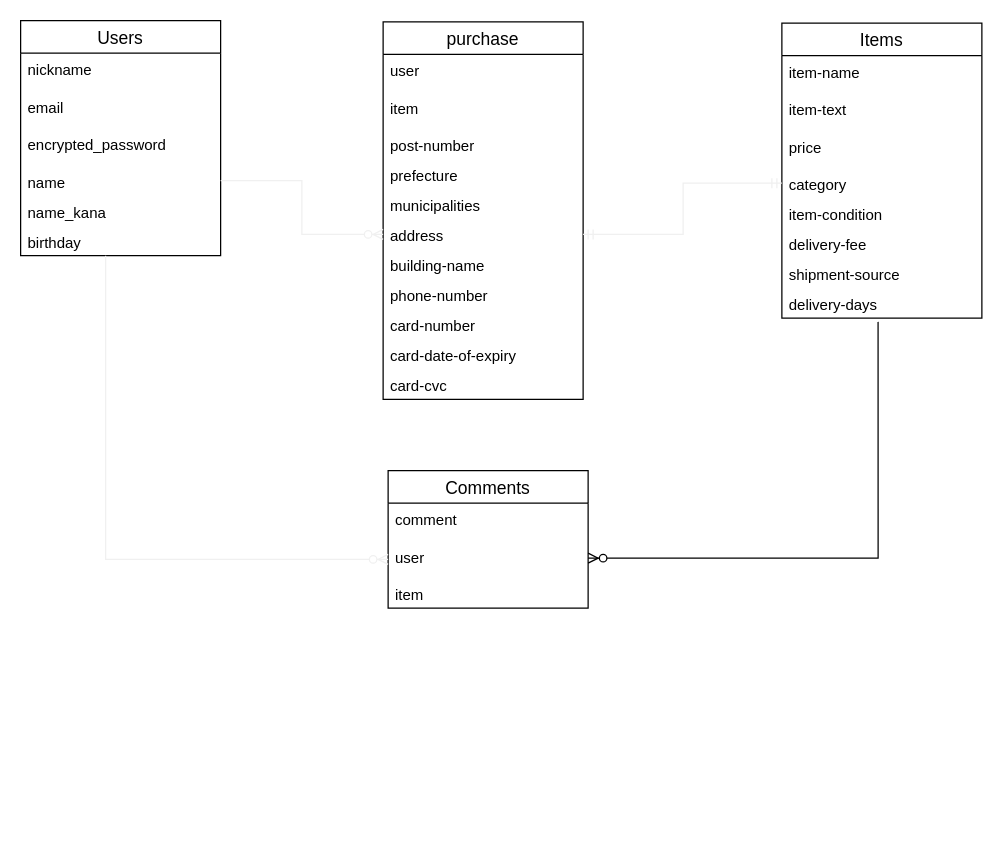
The draw.io diagram ER.dio in busimaru/furima-35906, before the edit. Source tidied: cells renumbered, new cells numbered last; positions are measured from the earlier drawing's top-left corner, leaving out a move shared by most shapes. Both pictures are drawn from the tidied source at 125%, with x=0, y=0 at pixel (20, 20).
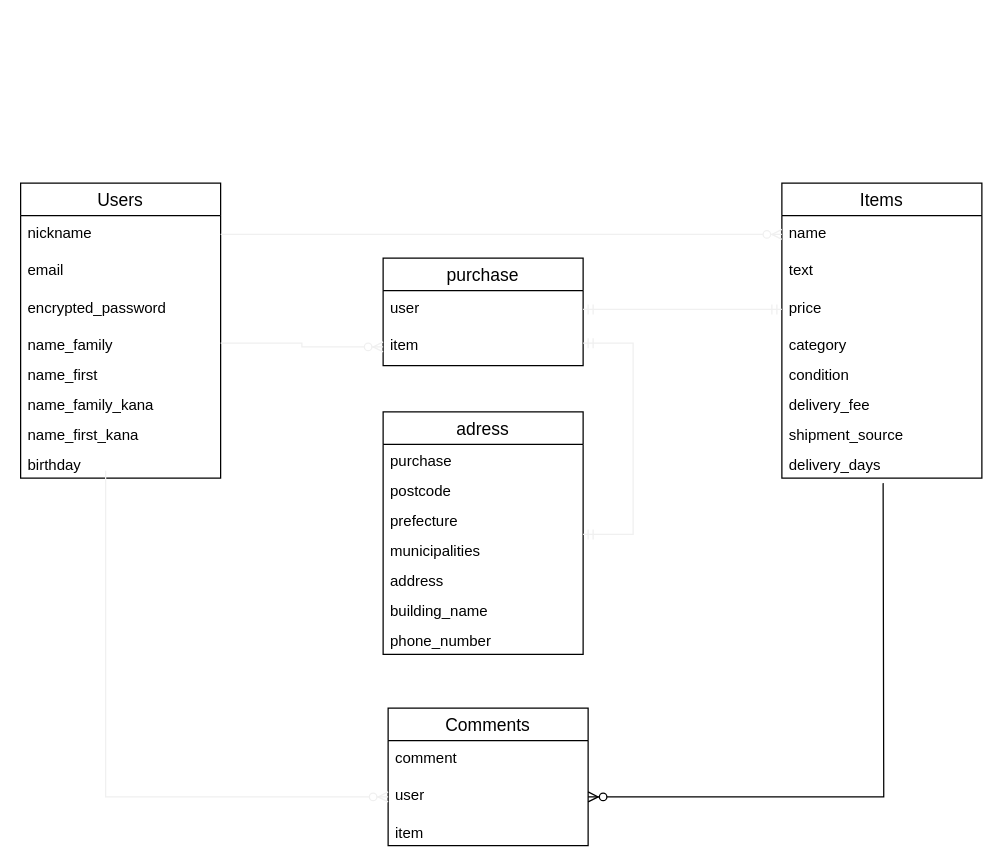
Above is the later version.

Commit message (it also covers changes not shown here):
レビュー指摘の修正

Unchanged cells that the change refers to:
```xml
<mxCell id="3" value="nickname" style="text;strokeColor=none;fillColor=none;spacingLeft=4;spacingRight=4;overflow=hidden;points=[[0,0.5],[1,0.5]];portConstraint=eastwest;fontSize=12;" parent="2" vertex="1">
  <mxGeometry y="26" width="160" height="30" as="geometry" />
</mxCell>
<mxCell id="12" value="price " style="text;strokeColor=none;fillColor=none;spacingLeft=4;spacingRight=4;overflow=hidden;points=[[0,0.5],[1,0.5]];portConstraint=eastwest;fontSize=12;" parent="9" vertex="1">
  <mxGeometry y="86" width="160" height="30" as="geometry" />
</mxCell>
<mxCell id="13" value="category" style="text;strokeColor=none;fillColor=none;spacingLeft=4;spacingRight=4;overflow=hidden;points=[[0,0.5],[1,0.5]];portConstraint=eastwest;fontSize=12;" parent="9" vertex="1">
  <mxGeometry y="116" width="160" height="24" as="geometry" />
</mxCell>
<mxCell id="20" value="user" style="text;strokeColor=none;fillColor=none;spacingLeft=4;spacingRight=4;overflow=hidden;points=[[0,0.5],[1,0.5]];portConstraint=eastwest;fontSize=12;" parent="18" vertex="1">
  <mxGeometry y="56" width="160" height="30" as="geometry" />
</mxCell>
<mxCell id="24" value="user" style="text;strokeColor=none;fillColor=none;spacingLeft=4;spacingRight=4;overflow=hidden;points=[[0,0.5],[1,0.5]];portConstraint=eastwest;fontSize=12;" parent="23" vertex="1">
  <mxGeometry y="26" width="160" height="30" as="geometry" />
</mxCell>
<mxCell id="25" value="item" style="text;strokeColor=none;fillColor=none;spacingLeft=4;spacingRight=4;overflow=hidden;points=[[0,0.5],[1,0.5]];portConstraint=eastwest;fontSize=12;" parent="23" vertex="1">
  <mxGeometry y="56" width="160" height="30" as="geometry" />
</mxCell>
```

The edit, as a diff of the source:
```diff
@@
     <mxCell id="2" value="Users" style="swimlane;fontStyle=0;horizontal=1;startSize=26;align=center;fontSize=14;" parent="1" vertex="1">
-      <mxGeometry width="160" height="188" as="geometry" />
+      <mxGeometry y="130" width="160" height="236" as="geometry" />
     </mxCell>
@@
-    <mxCell id="6" value="name" style="text;strokeColor=none;fillColor=none;spacingLeft=4;spacingRight=4;overflow=hidden;points=[[0,0.5],[1,0.5]];portConstraint=eastwest;fontSize=12;" parent="2" vertex="1">
+    <mxCell id="6" value="name_family" style="text;strokeColor=none;fillColor=none;spacingLeft=4;spacingRight=4;overflow=hidden;points=[[0,0.5],[1,0.5]];portConstraint=eastwest;fontSize=12;" parent="2" vertex="1">
       <mxGeometry y="116" width="160" height="24" as="geometry" />
     </mxCell>
+    <mxCell id="38" value="name_first" style="text;strokeColor=none;fillColor=none;spacingLeft=4;spacingRight=4;overflow=hidden;fontSize=12;" parent="2" vertex="1">
+      <mxGeometry y="140" width="160" height="24" as="geometry" />
+    </mxCell>
-    <mxCell id="7" value="name_kana" style="text;strokeColor=none;fillColor=none;spacingLeft=4;spacingRight=4;overflow=hidden;fontSize=12;" parent="2" vertex="1">
-      <mxGeometry y="140" width="160" height="24" as="geometry" />
+    <mxCell id="7" value="name_family_kana" style="text;strokeColor=none;fillColor=none;spacingLeft=4;spacingRight=4;overflow=hidden;fontSize=12;" parent="2" vertex="1">
+      <mxGeometry y="164" width="160" height="24" as="geometry" />
     </mxCell>
+    <mxCell id="39" value="name_first_kana" style="text;strokeColor=none;fillColor=none;spacingLeft=4;spacingRight=4;overflow=hidden;fontSize=12;" parent="2" vertex="1">
+      <mxGeometry y="188" width="160" height="24" as="geometry" />
+    </mxCell>
     <mxCell id="8" value="birthday" style="text;strokeColor=none;fillColor=none;spacingLeft=4;spacingRight=4;overflow=hidden;points=[[0,0.5],[1,0.5]];portConstraint=eastwest;fontSize=12;" parent="2" vertex="1">
-      <mxGeometry y="164" width="160" height="24" as="geometry" />
+      <mxGeometry y="212" width="160" height="24" as="geometry" />
     </mxCell>
     <mxCell id="9" value="Items" style="swimlane;fontStyle=0;horizontal=1;startSize=26;align=center;fontSize=14;" parent="1" vertex="1">
-      <mxGeometry x="609" y="2" width="160" height="236" as="geometry" />
+      <mxGeometry x="609" y="130" width="160" height="236" as="geometry" />
     </mxCell>
-    <mxCell id="10" value="item-name" style="text;strokeColor=none;fillColor=none;spacingLeft=4;spacingRight=4;overflow=hidden;points=[[0,0.5],[1,0.5]];portConstraint=eastwest;fontSize=12;" parent="9" vertex="1">
+    <mxCell id="10" value="name" style="text;strokeColor=none;fillColor=none;spacingLeft=4;spacingRight=4;overflow=hidden;points=[[0,0.5],[1,0.5]];portConstraint=eastwest;fontSize=12;" parent="9" vertex="1">
       <mxGeometry y="26" width="160" height="30" as="geometry" />
     </mxCell>
-    <mxCell id="11" value="item-text " style="text;strokeColor=none;fillColor=none;spacingLeft=4;spacingRight=4;overflow=hidden;fontSize=12;" parent="9" vertex="1">
+    <mxCell id="11" value="text " style="text;strokeColor=none;fillColor=none;spacingLeft=4;spacingRight=4;overflow=hidden;fontSize=12;" parent="9" vertex="1">
       <mxGeometry y="56" width="160" height="30" as="geometry" />
     </mxCell>
@@
-    <mxCell id="14" value="item-condition" style="text;strokeColor=none;fillColor=none;spacingLeft=4;spacingRight=4;overflow=hidden;fontSize=12;" parent="9" vertex="1">
+    <mxCell id="14" value="condition" style="text;strokeColor=none;fillColor=none;spacingLeft=4;spacingRight=4;overflow=hidden;fontSize=12;" parent="9" vertex="1">
       <mxGeometry y="140" width="160" height="24" as="geometry" />
     </mxCell>
-    <mxCell id="15" value="delivery-fee " style="text;strokeColor=none;fillColor=none;spacingLeft=4;spacingRight=4;overflow=hidden;fontSize=12;" parent="9" vertex="1">
+    <mxCell id="15" value="delivery_fee " style="text;strokeColor=none;fillColor=none;spacingLeft=4;spacingRight=4;overflow=hidden;fontSize=12;" parent="9" vertex="1">
       <mxGeometry y="164" width="160" height="24" as="geometry" />
     </mxCell>
-    <mxCell id="16" value="shipment-source" style="text;strokeColor=none;fillColor=none;spacingLeft=4;spacingRight=4;overflow=hidden;fontSize=12;" parent="9" vertex="1">
+    <mxCell id="16" value="shipment_source" style="text;strokeColor=none;fillColor=none;spacingLeft=4;spacingRight=4;overflow=hidden;fontSize=12;" parent="9" vertex="1">
       <mxGeometry y="188" width="160" height="24" as="geometry" />
     </mxCell>
-    <mxCell id="17" value="delivery-days" style="text;strokeColor=none;fillColor=none;spacingLeft=4;spacingRight=4;overflow=hidden;points=[[0,0.5],[1,0.5]];portConstraint=eastwest;fontSize=12;" parent="9" vertex="1">
+    <mxCell id="17" value="delivery_days" style="text;strokeColor=none;fillColor=none;spacingLeft=4;spacingRight=4;overflow=hidden;points=[[0,0.5],[1,0.5]];portConstraint=eastwest;fontSize=12;" parent="9" vertex="1">
       <mxGeometry y="212" width="160" height="24" as="geometry" />
     </mxCell>
     <mxCell id="18" value="Comments" style="swimlane;fontStyle=0;horizontal=1;startSize=26;align=center;fontSize=14;" parent="1" vertex="1">
-      <mxGeometry x="294" y="360" width="160" height="110" as="geometry" />
+      <mxGeometry x="294" y="550" width="160" height="110" as="geometry" />
     </mxCell>
@@
-    <mxCell id="22" style="fontSize=12;html=1;endArrow=ERzeroToMany;endFill=1;rounded=0;exitX=0.481;exitY=1.125;exitDx=0;exitDy=0;exitPerimeter=0;edgeStyle=orthogonalEdgeStyle;elbow=vertical;" parent="1" edge="1" source="17" target="20">
+    <mxCell id="22" style="fontSize=12;html=1;endArrow=ERzeroToMany;endFill=1;rounded=0;edgeStyle=orthogonalEdgeStyle;" parent="1" edge="1" target="20">
       <mxGeometry relative="1" as="geometry">
-        <Array as="points">
-          <mxPoint x="686" y="430" />
-        </Array>
+        <mxPoint x="690" y="370" as="sourcePoint" />
       </mxGeometry>
     </mxCell>
     <mxCell id="23" value="&#10;purchase&#10;" style="swimlane;fontStyle=0;horizontal=1;startSize=26;align=center;fontSize=14;" parent="1" vertex="1">
-      <mxGeometry x="290" y="1" width="160" height="302" as="geometry" />
+      <mxGeometry x="290" y="190" width="160" height="86" as="geometry" />
     </mxCell>
@@
-    <mxCell id="26" value="post-number" style="text;strokeColor=none;fillColor=none;spacingLeft=4;spacingRight=4;overflow=hidden;fontSize=12;" parent="23" vertex="1">
-      <mxGeometry y="86" width="160" height="24" as="geometry" />
-    </mxCell>
+    <mxCell id="35" style="edgeStyle=elbowEdgeStyle;fontSize=12;html=1;endArrow=ERmandOne;startArrow=ERmandOne;strokeColor=#f0f0f0;rounded=0;" parent="1" edge="1" source="24" target="12">
+      <mxGeometry relative="1" as="geometry" />
+    </mxCell>
+    <mxCell id="36" style="edgeStyle=elbowEdgeStyle;fontSize=12;html=1;endArrow=ERzeroToMany;endFill=1;strokeColor=#f0f0f0;rounded=0;" parent="1" edge="1" source="6" target="25">
+      <mxGeometry relative="1" as="geometry" />
+    </mxCell>
+    <mxCell id="37" style="edgeStyle=elbowEdgeStyle;fontSize=12;html=1;endArrow=ERzeroToMany;endFill=1;strokeColor=#f0f0f0;rounded=0;" parent="1" edge="1" target="20">
+      <mxGeometry relative="1" as="geometry">
+        <mxPoint x="68" y="360" as="sourcePoint" />
+        <Array as="points">
+          <mxPoint x="68" y="320" />
+        </Array>
+      </mxGeometry>
+    </mxCell>
+    <mxCell id="40" value="adress" style="swimlane;fontStyle=0;horizontal=1;startSize=26;align=center;fontSize=14;" parent="1" vertex="1">
+      <mxGeometry x="290" y="313" width="160" height="194" as="geometry" />
+    </mxCell>
+    <mxCell id="41" value="purchase" style="text;strokeColor=none;fillColor=none;spacingLeft=4;spacingRight=4;overflow=hidden;fontSize=12;" parent="40" vertex="1">
+      <mxGeometry y="26" width="160" height="24" as="geometry" />
+    </mxCell>
+    <mxCell id="42" value="postcode" style="text;strokeColor=none;fillColor=none;spacingLeft=4;spacingRight=4;overflow=hidden;fontSize=12;" parent="40" vertex="1">
+      <mxGeometry y="50" width="160" height="24" as="geometry" />
+    </mxCell>
-    <mxCell id="27" value="prefecture" style="text;strokeColor=none;fillColor=none;spacingLeft=4;spacingRight=4;overflow=hidden;points=[[0,0.5],[1,0.5]];portConstraint=eastwest;fontSize=12;" parent="23" vertex="1">
-      <mxGeometry y="110" width="160" height="24" as="geometry" />
+    <mxCell id="27" value="prefecture" style="text;strokeColor=none;fillColor=none;spacingLeft=4;spacingRight=4;overflow=hidden;points=[[0,0.5],[1,0.5]];portConstraint=eastwest;fontSize=12;" parent="40" vertex="1">
+      <mxGeometry y="74" width="160" height="24" as="geometry" />
     </mxCell>
-    <mxCell id="28" value="municipalities" style="text;strokeColor=none;fillColor=none;spacingLeft=4;spacingRight=4;overflow=hidden;fontSize=12;" parent="23" vertex="1">
-      <mxGeometry y="134" width="160" height="24" as="geometry" />
+    <mxCell id="28" value="municipalities" style="text;strokeColor=none;fillColor=none;spacingLeft=4;spacingRight=4;overflow=hidden;fontSize=12;" parent="40" vertex="1">
+      <mxGeometry y="98" width="160" height="24" as="geometry" />
     </mxCell>
-    <mxCell id="29" value="address" style="text;strokeColor=none;fillColor=none;spacingLeft=4;spacingRight=4;overflow=hidden;points=[[0,0.5],[1,0.5]];portConstraint=eastwest;fontSize=12;" parent="23" vertex="1">
-      <mxGeometry y="158" width="160" height="24" as="geometry" />
+    <mxCell id="29" value="address" style="text;strokeColor=none;fillColor=none;spacingLeft=4;spacingRight=4;overflow=hidden;points=[[0,0.5],[1,0.5]];portConstraint=eastwest;fontSize=12;" parent="40" vertex="1">
+      <mxGeometry y="122" width="160" height="24" as="geometry" />
     </mxCell>
-    <mxCell id="30" value="building-name" style="text;strokeColor=none;fillColor=none;spacingLeft=4;spacingRight=4;overflow=hidden;fontSize=12;" parent="23" vertex="1">
-      <mxGeometry y="182" width="160" height="24" as="geometry" />
-    </mxCell>
-    <mxCell id="31" value="phone-number " style="text;strokeColor=none;fillColor=none;spacingLeft=4;spacingRight=4;overflow=hidden;fontSize=12;" parent="23" vertex="1">
-      <mxGeometry y="206" width="160" height="24" as="geometry" />
-    </mxCell>
-    <mxCell id="32" value="card-number" style="text;strokeColor=none;fillColor=none;spacingLeft=4;spacingRight=4;overflow=hidden;fontSize=12;" parent="23" vertex="1">
-      <mxGeometry y="230" width="160" height="24" as="geometry" />
-    </mxCell>
-    <mxCell id="33" value="card-date-of-expiry" style="text;strokeColor=none;fillColor=none;spacingLeft=4;spacingRight=4;overflow=hidden;fontSize=12;" parent="23" vertex="1">
-      <mxGeometry y="254" width="160" height="24" as="geometry" />
-    </mxCell>
-    <mxCell id="34" value="card-cvc" style="text;strokeColor=none;fillColor=none;spacingLeft=4;spacingRight=4;overflow=hidden;fontSize=12;" parent="23" vertex="1">
-      <mxGeometry y="278" width="160" height="24" as="geometry" />
-    </mxCell>
-    <mxCell id="35" style="edgeStyle=elbowEdgeStyle;fontSize=12;html=1;endArrow=ERmandOne;startArrow=ERmandOne;strokeColor=#f0f0f0;rounded=0;entryX=0;entryY=0.5;entryDx=0;entryDy=0;" parent="1" edge="1" source="29" target="13">
-      <mxGeometry relative="1" as="geometry" />
-    </mxCell>
-    <mxCell id="36" style="edgeStyle=elbowEdgeStyle;fontSize=12;html=1;endArrow=ERzeroToMany;endFill=1;strokeColor=#f0f0f0;rounded=0;" parent="1" edge="1" source="6" target="29">
-      <mxGeometry relative="1" as="geometry" />
-    </mxCell>
-    <mxCell id="37" style="edgeStyle=elbowEdgeStyle;fontSize=12;html=1;endArrow=ERzeroToMany;endFill=1;strokeColor=#f0f0f0;rounded=0;" parent="1" edge="1" source="8" target="20">
-      <mxGeometry relative="1" as="geometry">
-        <Array as="points">
-          <mxPoint x="68" y="320" />
-        </Array>
-      </mxGeometry>
-    </mxCell>
+    <mxCell id="43" value="building_name" style="text;strokeColor=none;fillColor=none;spacingLeft=4;spacingRight=4;overflow=hidden;fontSize=12;" parent="40" vertex="1">
+      <mxGeometry y="146" width="160" height="24" as="geometry" />
+    </mxCell>
+    <mxCell id="44" value="phone_number " style="text;strokeColor=none;fillColor=none;spacingLeft=4;spacingRight=4;overflow=hidden;fontSize=12;" parent="40" vertex="1">
+      <mxGeometry y="170" width="160" height="24" as="geometry" />
+    </mxCell>
+    <mxCell id="45" style="fontSize=12;html=1;endArrow=ERmandOne;startArrow=ERmandOne;strokeColor=#f0f0f0;edgeStyle=orthogonalEdgeStyle;rounded=0;" parent="1" edge="1" source="27" target="25">
+      <mxGeometry relative="1" as="geometry">
+        <Array as="points">
+          <mxPoint x="490" y="411" />
+          <mxPoint x="490" y="258" />
+        </Array>
+      </mxGeometry>
+    </mxCell>
+    <mxCell id="46" style="edgeStyle=elbowEdgeStyle;fontSize=12;html=1;endArrow=ERzeroToMany;endFill=1;strokeColor=#f0f0f0;rounded=0;" parent="1" edge="1" source="3" target="10">
+      <mxGeometry relative="1" as="geometry" />
+    </mxCell>
```
